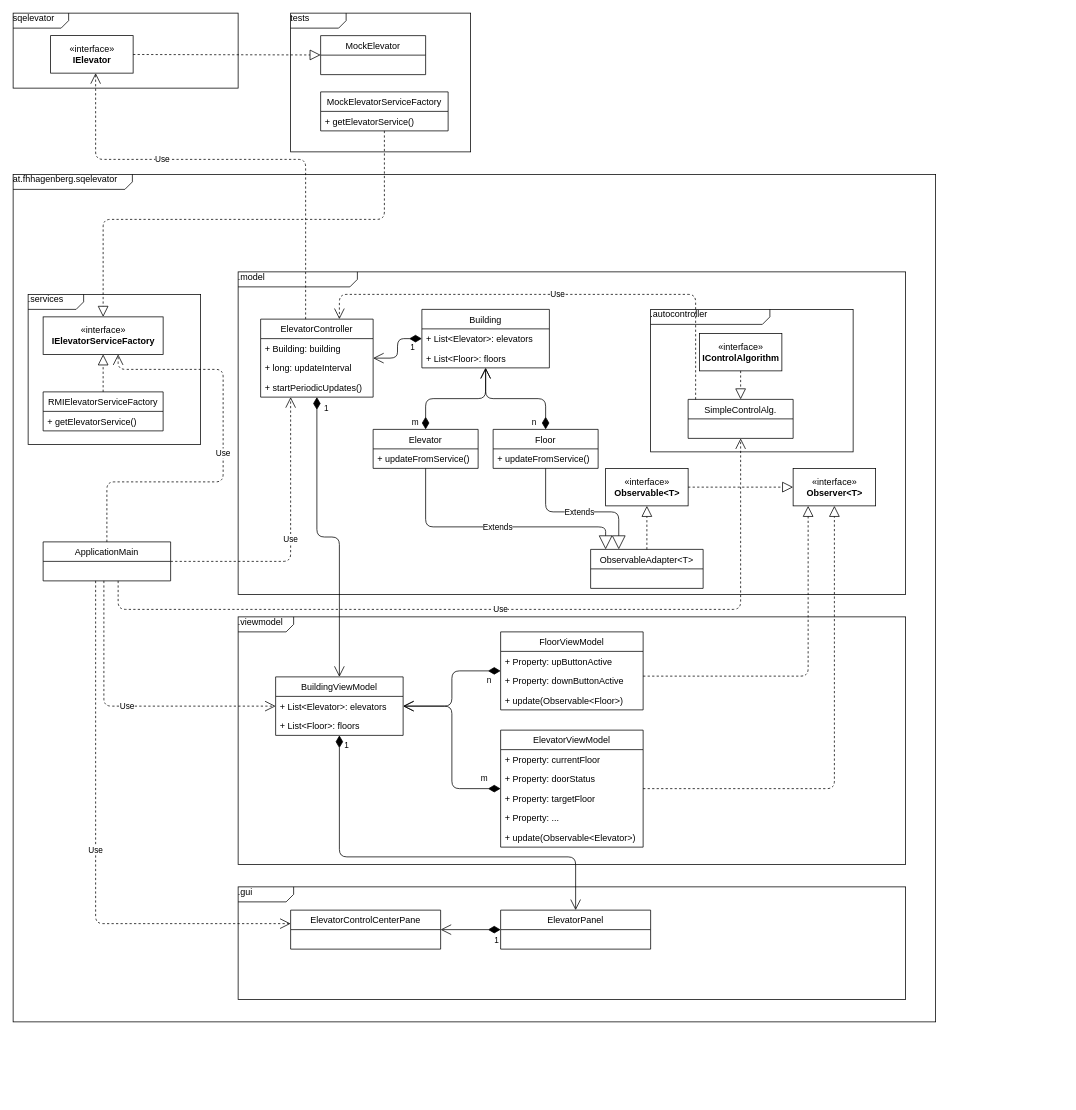
fhhagenberg-sqe-archived/project-sqelevator-mcm-team-1-1 keeps this draw.io diagram as docu/class_diagram_2.drawio. Above is the earlier version. Source tidied: cells renumbered, new cells numbered last; positions are measured from the earlier drawing's top-left corner, leaving out a move shared by most shapes. Both pictures are drawn from the tidied source at 75%, with x=0, y=0 at pixel (13, 13).
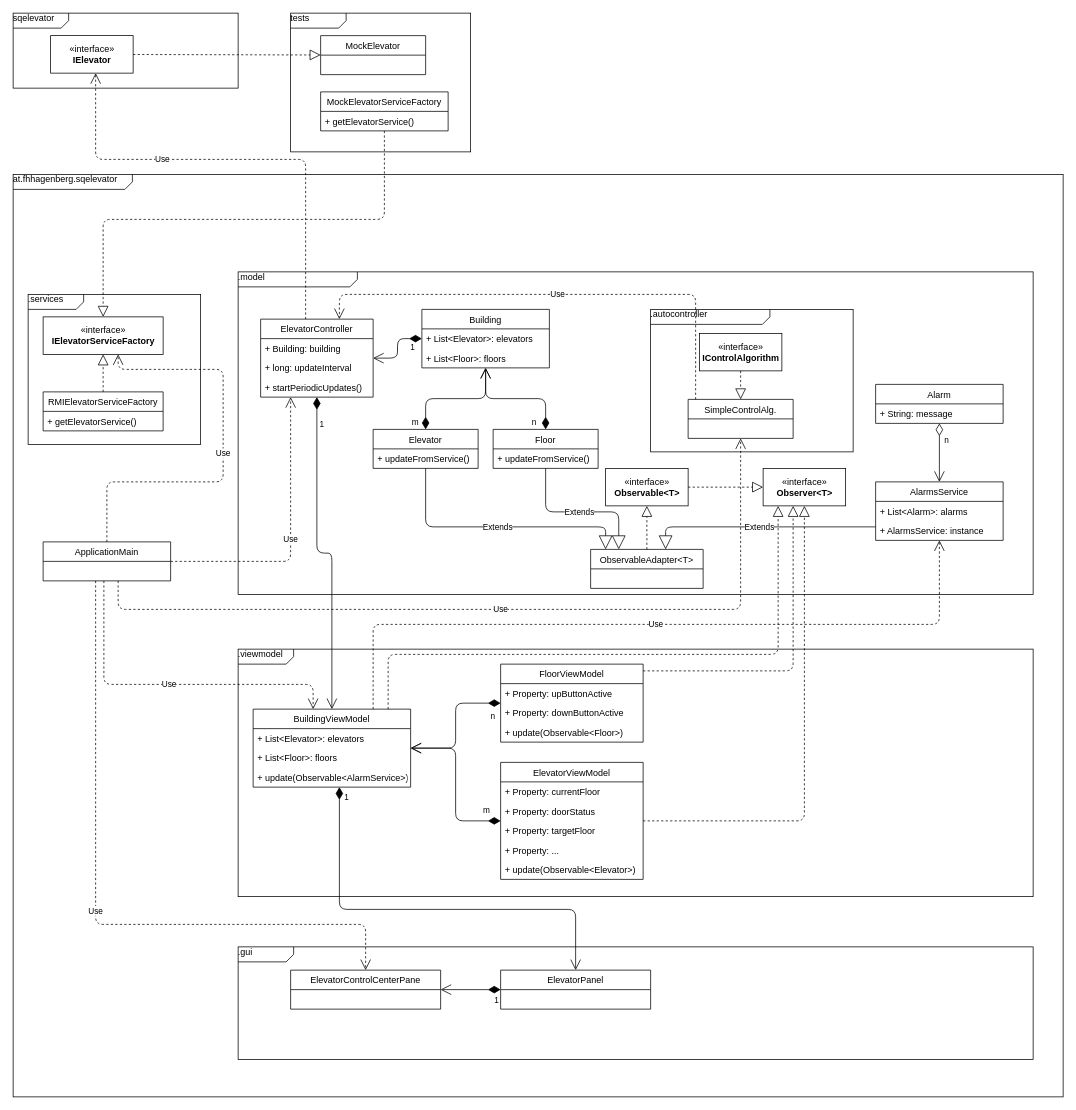
Above is the later version.

Unchanged cells that the change refers to:
```xml
<mxCell id="31" value="ObservableAdapter&lt;T&gt;" style="swimlane;fontStyle=0;horizontal=1;startSize=26;fillColor=none;" parent="7" vertex="1">
  <mxGeometry x="470" y="370" width="150" height="52" as="geometry" />
</mxCell>
<mxCell id="41" value="FloorViewModel" style="swimlane;fontStyle=0;horizontal=1;startSize=26;fillColor=none;" parent="36" vertex="1">
  <mxGeometry x="350" y="20" width="190" height="104" as="geometry" />
</mxCell>
<mxCell id="55" value="ElevatorControlCenterPane" style="swimlane;fontStyle=0;horizontal=1;startSize=26;fillColor=none;" parent="53" vertex="1">
  <mxGeometry x="70" y="31" width="200" height="52" as="geometry" />
</mxCell>
<mxCell id="56" value="ElevatorPanel" style="swimlane;fontStyle=0;horizontal=1;startSize=26;fillColor=none;" parent="53" vertex="1">
  <mxGeometry x="350" y="31" width="200" height="52" as="geometry" />
</mxCell>
<mxCell id="64" value="ApplicationMain" style="swimlane;fontStyle=0;horizontal=1;startSize=26;fillColor=none;" parent="5" vertex="1">
  <mxGeometry x="40" y="490" width="170" height="52" as="geometry" />
</mxCell>
```

What changed in the source:
```diff
@@
     <mxCell id="5" value="at.fhhagenberg.sqelevator" style="html=1;shape=mxgraph.sysml.package;xSize=90;align=left;spacingLeft=10;overflow=fill;strokeWidth=1;labelX=159;verticalAlign=middle;" parent="1" vertex="1">
-      <mxGeometry y="215" width="1230" height="1130" as="geometry" />
+      <mxGeometry y="215" width="1400" height="1230" as="geometry" />
     </mxCell>
@@
     <mxCell id="7" value=".model" style="html=1;shape=mxgraph.sysml.package;xSize=90;align=left;spacingLeft=10;overflow=fill;strokeWidth=1;labelX=159;verticalAlign=middle;" parent="5" vertex="1">
-      <mxGeometry x="300" y="130" width="890" height="430" as="geometry" />
+      <mxGeometry x="300" y="130" width="1060" height="430" as="geometry" />
     </mxCell>
@@
     <mxCell id="29" value="«interface»&lt;br&gt;&lt;b&gt;Observer&amp;lt;T&amp;gt;&lt;/b&gt;" style="html=1;" parent="7" vertex="1">
-      <mxGeometry x="740" y="262" width="110" height="50" as="geometry" />
+      <mxGeometry x="700" y="262" width="110" height="50" as="geometry" />
     </mxCell>
@@
+    <mxCell id="82" value="AlarmsService" style="swimlane;fontStyle=0;horizontal=1;startSize=26;fillColor=none;" parent="7" vertex="1">
+      <mxGeometry x="850" y="280" width="170" height="78" as="geometry" />
+    </mxCell>
+    <mxCell id="83" value="+ List&lt;Alarm&gt;: alarms" style="text;strokeColor=none;fillColor=none;align=left;verticalAlign=top;spacingLeft=4;spacingRight=4;overflow=hidden;" parent="82" vertex="1">
+      <mxGeometry y="26" width="170" height="26" as="geometry" />
+    </mxCell>
+    <mxCell id="84" value="+ AlarmsService: instance" style="text;strokeColor=none;fillColor=none;align=left;verticalAlign=top;spacingLeft=4;spacingRight=4;overflow=hidden;points=[[0,0.5],[1,0.5]];portConstraint=eastwest;" parent="82" vertex="1">
+      <mxGeometry y="52" width="170" height="26" as="geometry" />
+    </mxCell>
+    <mxCell id="85" value="Alarm" style="swimlane;fontStyle=0;horizontal=1;startSize=26;fillColor=none;" parent="7" vertex="1">
+      <mxGeometry x="850" y="150" width="170" height="52" as="geometry" />
+    </mxCell>
+    <mxCell id="86" value="+ String: message" style="text;strokeColor=none;fillColor=none;align=left;verticalAlign=top;spacingLeft=4;spacingRight=4;overflow=hidden;" parent="85" vertex="1">
+      <mxGeometry y="26" width="170" height="26" as="geometry" />
+    </mxCell>
+    <mxCell id="87" value="n" style="endArrow=open;html=1;endSize=12;startArrow=diamondThin;startSize=14;startFill=0;edgeStyle=orthogonalEdgeStyle;align=left;verticalAlign=bottom;" parent="7" edge="1" source="85" target="82">
+      <mxGeometry x="-0.18" y="5" relative="1" as="geometry" />
+    </mxCell>
+    <mxCell id="88" value="Extends" style="endArrow=block;endSize=16;endFill=0;html=1;edgeStyle=orthogonalEdgeStyle;" parent="7" edge="1" source="82" target="31">
+      <mxGeometry relative="1" as="geometry">
+        <Array as="points">
+          <mxPoint x="570" y="340" />
+        </Array>
+      </mxGeometry>
+    </mxCell>
     <mxCell id="36" value=".viewmodel" style="html=1;shape=mxgraph.sysml.package;xSize=90;align=left;spacingLeft=10;overflow=fill;strokeWidth=1;labelX=74;" parent="5" vertex="1">
-      <mxGeometry x="300" y="590" width="890" height="330" as="geometry" />
+      <mxGeometry x="300" y="633" width="1060" height="330" as="geometry" />
     </mxCell>
@@
     <mxCell id="38" value="BuildingViewModel" style="swimlane;fontStyle=0;horizontal=1;startSize=26;fillColor=none;" parent="36" vertex="1">
-      <mxGeometry x="50" y="80" width="170" height="78" as="geometry" />
+      <mxGeometry x="20" y="80" width="210" height="104" as="geometry" />
     </mxCell>
     <mxCell id="39" value="+ List&lt;Elevator&gt;: elevators" style="text;strokeColor=none;fillColor=none;align=left;verticalAlign=top;spacingLeft=4;spacingRight=4;overflow=hidden;" parent="38" vertex="1">
-      <mxGeometry y="26" width="170" height="26" as="geometry" />
+      <mxGeometry y="26" width="210" height="26" as="geometry" />
     </mxCell>
     <mxCell id="40" value="+ List&lt;Floor&gt;: floors" style="text;strokeColor=none;fillColor=none;align=left;verticalAlign=top;spacingLeft=4;spacingRight=4;overflow=hidden;" parent="38" vertex="1">
-      <mxGeometry y="52" width="170" height="26" as="geometry" />
+      <mxGeometry y="52" width="210" height="26" as="geometry" />
     </mxCell>
+    <mxCell id="89" value="+ update(Observable&lt;AlarmService&gt;)" style="text;strokeColor=none;fillColor=none;align=left;verticalAlign=top;spacingLeft=4;spacingRight=4;overflow=hidden;" parent="38" vertex="1">
+      <mxGeometry y="78" width="210" height="26" as="geometry" />
+    </mxCell>
@@
     <mxCell id="53" value=".gui" style="html=1;shape=mxgraph.sysml.package;xSize=90;align=left;spacingLeft=10;overflow=fill;strokeWidth=1;labelX=74;" parent="5" vertex="1">
-      <mxGeometry x="300" y="950" width="890" height="150" as="geometry" />
+      <mxGeometry x="300" y="1030" width="1060" height="150" as="geometry" />
     </mxCell>
@@
     <mxCell id="66" style="endArrow=block;dashed=1;endFill=0;endSize=12;html=1;edgeStyle=orthogonalEdgeStyle;" parent="5" edge="1" source="41" target="29">
       <mxGeometry relative="1" as="geometry">
         <Array as="points">
-          <mxPoint x="1060" y="669" />
+          <mxPoint x="1040" y="662" />
         </Array>
       </mxGeometry>
     </mxCell>
@@
     <mxCell id="68" value="1" style="endArrow=open;html=1;endSize=12;startArrow=diamondThin;startSize=14;startFill=1;edgeStyle=orthogonalEdgeStyle;align=left;verticalAlign=bottom;" parent="5" edge="1" source="38" target="56">
       <mxGeometry x="-0.92" y="5" relative="1" as="geometry">
         <Array as="points">
-          <mxPoint x="435" y="910" />
-          <mxPoint x="750" y="910" />
+          <mxPoint x="435" y="980" />
+          <mxPoint x="750" y="980" />
         </Array>
       </mxGeometry>
     </mxCell>
@@
     <mxCell id="71" value="Use" style="endArrow=open;endSize=12;dashed=1;html=1;edgeStyle=orthogonalEdgeStyle;" parent="5" edge="1" source="64" target="38">
       <mxGeometry relative="1" as="geometry">
         <Array as="points">
-          <mxPoint x="121" y="709" />
+          <mxPoint x="121" y="680" />
+          <mxPoint x="400" y="680" />
         </Array>
       </mxGeometry>
     </mxCell>
     <mxCell id="72" value="Use" style="endArrow=open;endSize=12;dashed=1;html=1;edgeStyle=orthogonalEdgeStyle;" parent="5" edge="1" source="64" target="55">
       <mxGeometry relative="1" as="geometry">
         <Array as="points">
-          <mxPoint x="110" y="999" />
+          <mxPoint x="110" y="1000" />
+          <mxPoint x="470" y="1000" />
         </Array>
       </mxGeometry>
     </mxCell>
@@
+    <mxCell id="90" value="Use" style="endArrow=open;endSize=12;dashed=1;html=1;edgeStyle=orthogonalEdgeStyle;" parent="5" edge="1" source="38" target="84">
+      <mxGeometry relative="1" as="geometry">
+        <Array as="points">
+          <mxPoint x="480" y="600" />
+          <mxPoint x="1235" y="600" />
+        </Array>
+      </mxGeometry>
+    </mxCell>
+    <mxCell id="91" style="endArrow=block;dashed=1;endFill=0;endSize=12;html=1;edgeStyle=orthogonalEdgeStyle;" parent="5" edge="1" source="38" target="29">
+      <mxGeometry relative="1" as="geometry">
+        <Array as="points">
+          <mxPoint x="500" y="640" />
+          <mxPoint x="1020" y="640" />
+        </Array>
+      </mxGeometry>
+    </mxCell>
```
